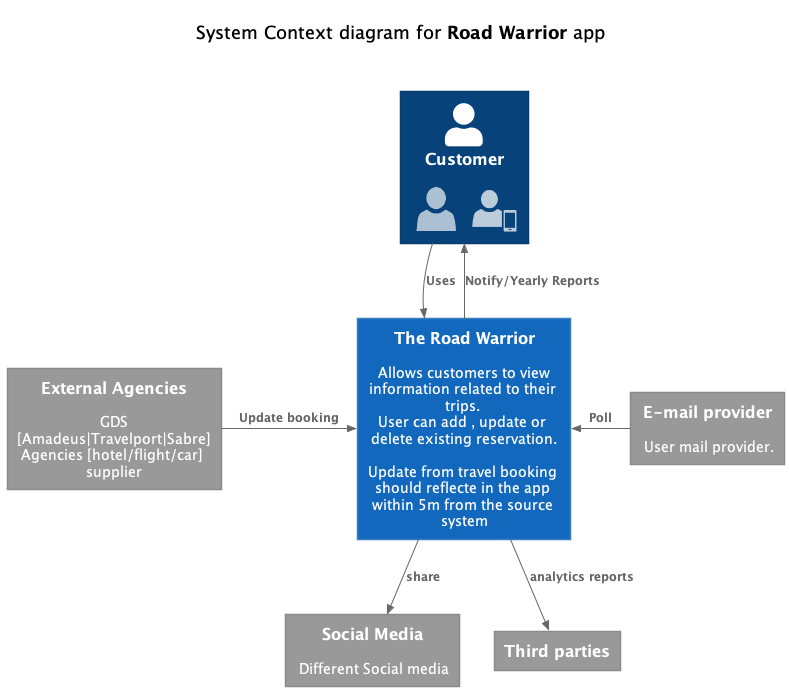
Above: doc/diagrams/c4-context.png in relic-da/ArchEnemies (PlantUML), before the change.
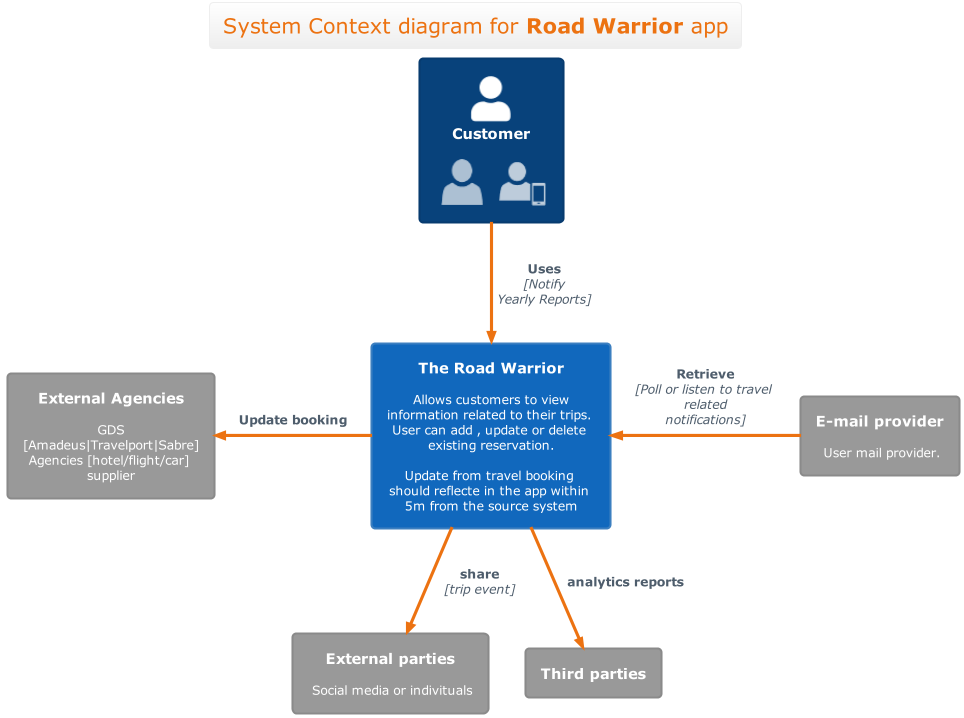
The same diagram one commit later.

Change to the diagram source:
```diff
@@ -3,25 +3,26 @@
 
 !include <office/Users/user.puml>
 !include <office/Users/mobile_user.puml>
-
+!theme aws-orange
+skinparam BackgroundColor white
 
 hide stereotype
 
-title \n    System Context diagram for **Road Warrior** app\n\n
+title     System Context diagram for **Road Warrior** app
 
 Person(customer  , Customer , "<$user>   <$mobile_user>" )
 
 System(road_warrior, "The Road Warrior", "Allows customers to view information related to their trips. \nUser can add , update or delete existing reservation.\n\nUpdate from travel booking should reflecte in the app within 5m from the source system")
 
 System_Ext(email_provider, "E-mail provider", "User mail provider.")
-System_Ext(social_media, "Social Media", "Different Social media")
+System_Ext(social_media, "External parties", "Social media or indivituals")
 System_Ext(third_parties, "Third parties")
 System_Ext(ext_agencies, "External Agencies", "GDS [Amadeus|Travelport|Sabre]\nAgencies [hotel/flight/car] supplier")
 
-Rel(customer, road_warrior, "Uses")
-Rel_Back(customer, road_warrior, "Notify/Yearly Reports")
-Rel_Back_Neighbor(road_warrior, email_provider, "Poll")
-Rel_Neighbor(ext_agencies, road_warrior, "Update booking")
-Rel(road_warrior, social_media, "share")
+Rel(customer, road_warrior, "Uses", "Notify\nYearly Reports")
+
+Rel_Back_Neighbor(road_warrior, email_provider, "Retrieve", "Poll or listen to travel related notifications")
+Rel_Back_Neighbor(ext_agencies, road_warrior, "Update booking")
+Rel(road_warrior, social_media, "share", "trip event")
 Rel(road_warrior, third_parties, "analytics reports")
 @enduml
```
